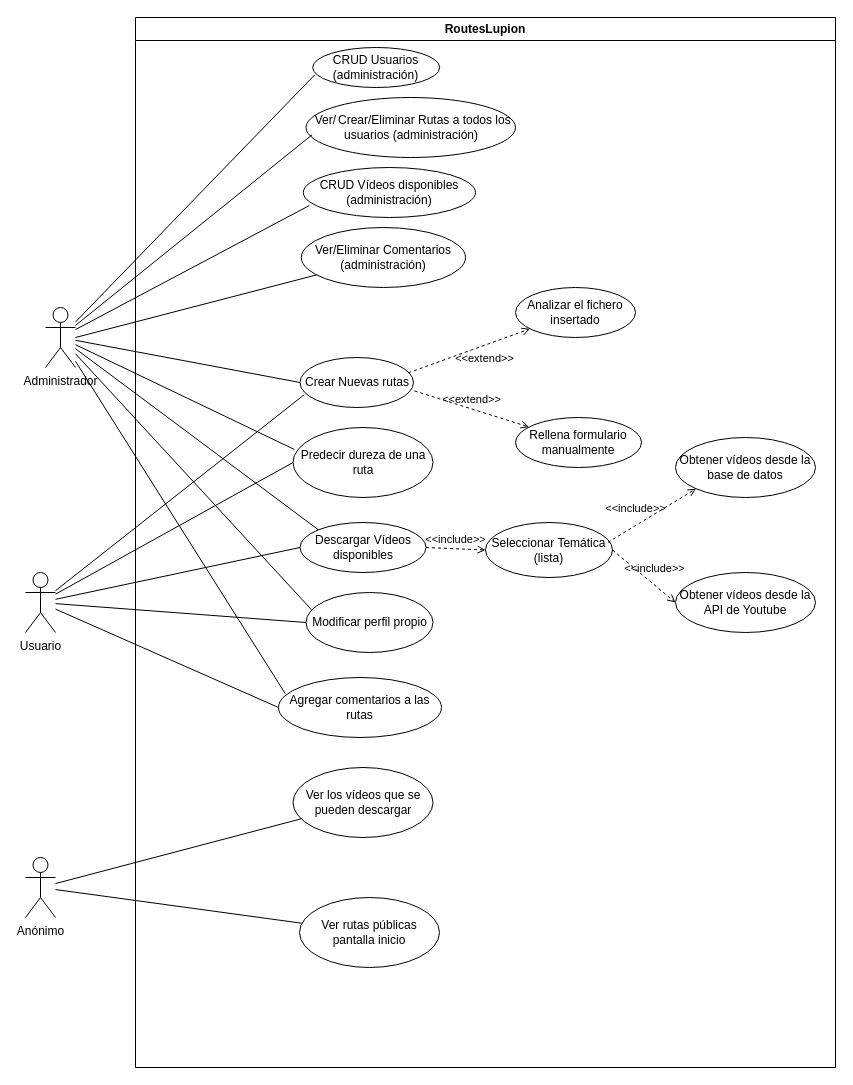
The draw.io diagram DiagramaCasosUso.drawio in Pablolumar1/Diagramas_ProyectoFinal, before the edit. Source tidied: cells renumbered, new cells numbered last; positions are measured from the earlier drawing's top-left corner, leaving out a move shared by most shapes. Both pictures are drawn from the tidied source at 100%, with x=0, y=0 at pixel (25, 17).
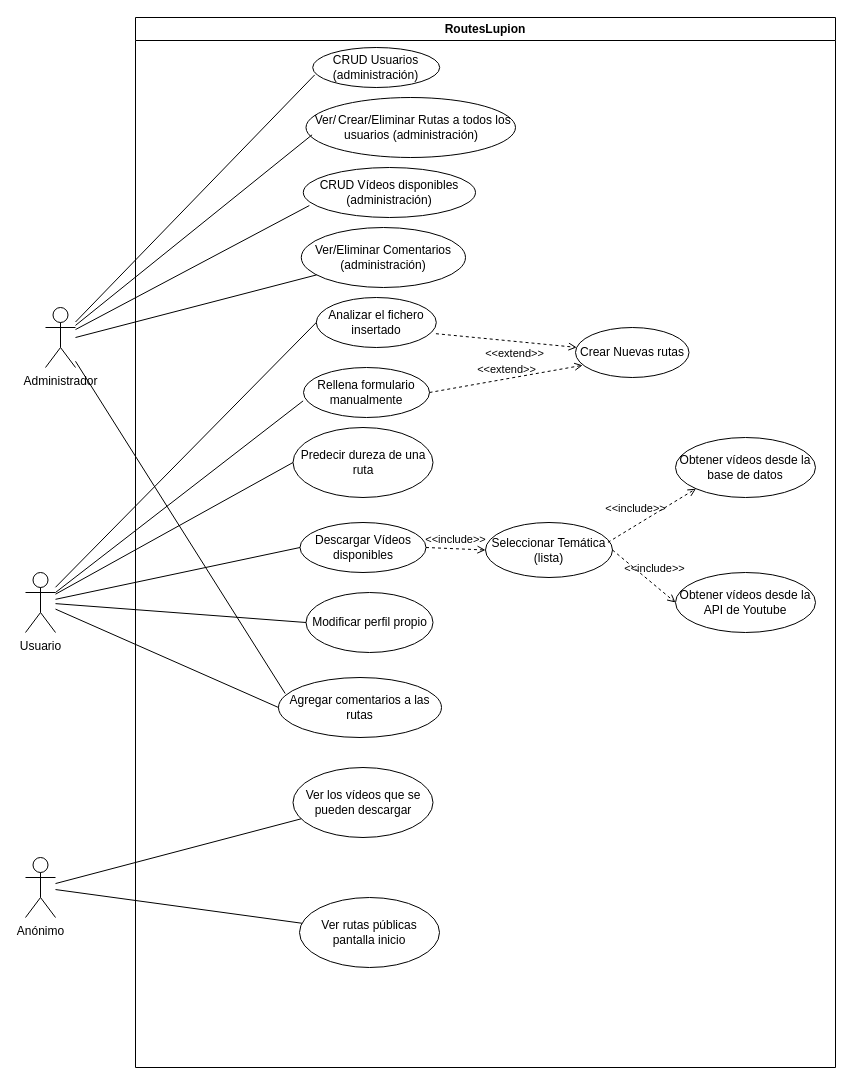
Above is the later version.

The change refers to these unchanged cells:
```xml
<mxCell id="3" value="RoutesLupion" style="swimlane;whiteSpace=wrap;html=1;startSize=23;" parent="1" vertex="1">
  <mxGeometry x="110" width="700" height="1050" as="geometry" />
</mxCell>
<mxCell id="8" value="Predecir dureza de una ruta" style="ellipse;whiteSpace=wrap;html=1;" parent="3" vertex="1">
  <mxGeometry x="157.5" y="410" width="140" height="70" as="geometry" />
</mxCell>
<mxCell id="9" value="Descargar Vídeos disponibles" style="ellipse;whiteSpace=wrap;html=1;" parent="3" vertex="1">
  <mxGeometry x="164.5" y="505" width="126" height="50" as="geometry" />
</mxCell>
<mxCell id="10" value="Modificar perfil propio" style="ellipse;whiteSpace=wrap;html=1;" parent="3" vertex="1">
  <mxGeometry x="170.5" y="575" width="127" height="60" as="geometry" />
</mxCell>
<mxCell id="25" value="Administrador" style="shape=umlActor;verticalLabelPosition=bottom;verticalAlign=top;html=1;outlineConnect=0;" parent="1" vertex="1">
  <mxGeometry x="20" y="290" width="30" height="60" as="geometry" />
</mxCell>
<mxCell id="28" value="Usuario" style="shape=umlActor;verticalLabelPosition=bottom;verticalAlign=top;html=1;outlineConnect=0;" parent="1" vertex="1">
  <mxGeometry y="555" width="30" height="60" as="geometry" />
</mxCell>
```

Diff of the diagram source:
```diff
@@
-    <mxCell id="2" style="endArrow=none;html=1;rounded=0;exitX=0.043;exitY=0.286;exitDx=0;exitDy=0;exitPerimeter=0;" parent="1" edge="1" source="10" target="25">
-      <mxGeometry relative="1" as="geometry" />
-    </mxCell>
@@
     <mxCell id="7" value="Crear Nuevas rutas" style="ellipse;whiteSpace=wrap;html=1;" parent="3" vertex="1">
-      <mxGeometry x="164.5" y="340" width="113.5" height="50" as="geometry" />
+      <mxGeometry x="440" y="310" width="113.5" height="50" as="geometry" />
     </mxCell>
@@
     <mxCell id="16" value="Rellena formulario manualmente" style="ellipse;whiteSpace=wrap;html=1;" parent="3" vertex="1">
-      <mxGeometry x="380" y="400" width="126" height="50" as="geometry" />
+      <mxGeometry x="168" y="350" width="126" height="50" as="geometry" />
     </mxCell>
-    <mxCell id="17" value="&amp;lt;&amp;lt;extend&amp;gt;&amp;gt;" style="html=1;verticalAlign=bottom;labelBackgroundColor=none;endArrow=open;endFill=0;dashed=1;rounded=0;exitX=1.009;exitY=0.669;exitDx=0;exitDy=0;exitPerimeter=0;" parent="3" edge="1" source="7" target="16">
+    <mxCell id="17" value="&amp;lt;&amp;lt;extend&amp;gt;&amp;gt;" style="html=1;verticalAlign=bottom;labelBackgroundColor=none;endArrow=open;endFill=0;dashed=1;rounded=0;exitX=1;exitY=0.5;exitDx=0;exitDy=0;entryX=0.063;entryY=0.756;entryDx=0;entryDy=0;entryPerimeter=0;" parent="3" edge="1" source="16" target="7">
       <mxGeometry relative="1" as="geometry" />
     </mxCell>
     <mxCell id="18" value="Analizar el fichero insertado" style="ellipse;whiteSpace=wrap;html=1;" parent="3" vertex="1">
-      <mxGeometry x="380" y="270" width="120" height="50" as="geometry" />
+      <mxGeometry x="180.8" y="280" width="120" height="50" as="geometry" />
     </mxCell>
-    <mxCell id="19" value="&amp;lt;&amp;lt;extend&amp;gt;&amp;gt;" style="html=1;verticalAlign=bottom;labelBackgroundColor=none;endArrow=open;endFill=0;dashed=1;rounded=0;exitX=0.955;exitY=0.306;exitDx=0;exitDy=0;exitPerimeter=0;" parent="3" edge="1" source="7" target="18">
+    <mxCell id="19" value="&amp;lt;&amp;lt;extend&amp;gt;&amp;gt;" style="html=1;verticalAlign=bottom;labelBackgroundColor=none;endArrow=open;endFill=0;dashed=1;rounded=0;exitX=0.997;exitY=0.724;exitDx=0;exitDy=0;exitPerimeter=0;" parent="3" edge="1" source="18" target="7">
       <mxGeometry x="0.15" y="-20" relative="1" as="geometry">
         <mxPoint y="1" as="offset" />
       </mxGeometry>
     </mxCell>
@@
-    <mxCell id="29" style="endArrow=none;html=1;rounded=0;entryX=0;entryY=0.5;entryDx=0;entryDy=0;" parent="1" edge="1" source="25" target="7">
-      <mxGeometry relative="1" as="geometry" />
-    </mxCell>
-    <mxCell id="30" style="endArrow=none;html=1;rounded=0;entryX=0;entryY=0;entryDx=0;entryDy=0;" parent="1" edge="1" source="25" target="9">
-      <mxGeometry relative="1" as="geometry" />
-    </mxCell>
@@
-    <mxCell id="33" style="endArrow=none;html=1;rounded=0;entryX=0.009;entryY=0.313;entryDx=0;entryDy=0;entryPerimeter=0;" parent="1" edge="1" source="25" target="8">
-      <mxGeometry relative="1" as="geometry" />
-    </mxCell>
@@
-    <mxCell id="36" style="endArrow=none;html=1;rounded=0;entryX=0.036;entryY=0.746;entryDx=0;entryDy=0;entryPerimeter=0;" parent="1" edge="1" source="28" target="7">
+    <mxCell id="36" style="endArrow=none;html=1;rounded=0;entryX=0;entryY=0.5;entryDx=0;entryDy=0;" parent="1" edge="1" source="28" target="18">
       <mxGeometry relative="1" as="geometry" />
     </mxCell>
@@
+    <mxCell id="43" style="endArrow=none;html=1;rounded=0;exitX=1;exitY=0.3333333333333333;exitDx=0;exitDy=0;exitPerimeter=0;entryX=-0.003;entryY=0.668;entryDx=0;entryDy=0;entryPerimeter=0;" parent="1" edge="1" source="28" target="16">
+      <mxGeometry relative="1" as="geometry" />
+    </mxCell>
```
